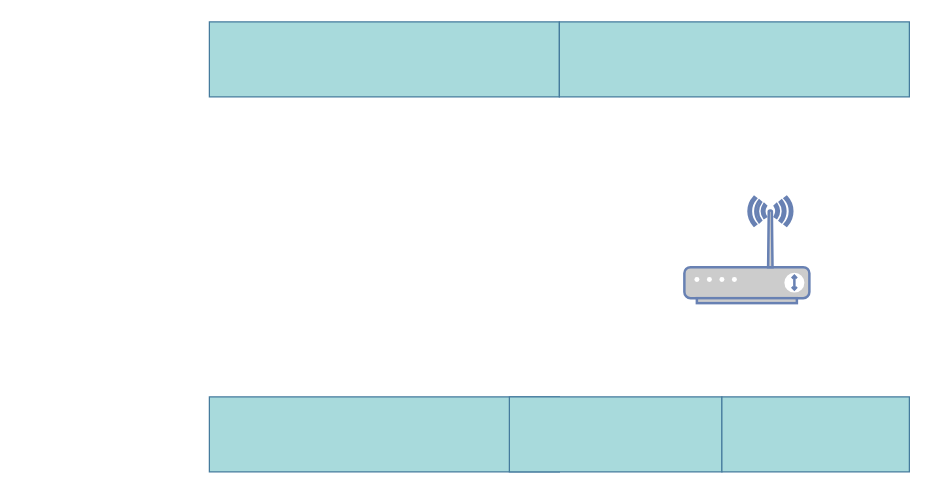
Above: Subnet 4 a home network.drawio in Seagram789/Diagrams (draw.io), before the change. Source tidied: cells renumbered, new cells numbered last; positions are measured from the earlier drawing's top-left corner, leaving out a move shared by most shapes. Both pictures are drawn from the tidied source at 125%, with x=0, y=0 at pixel (209, 21).
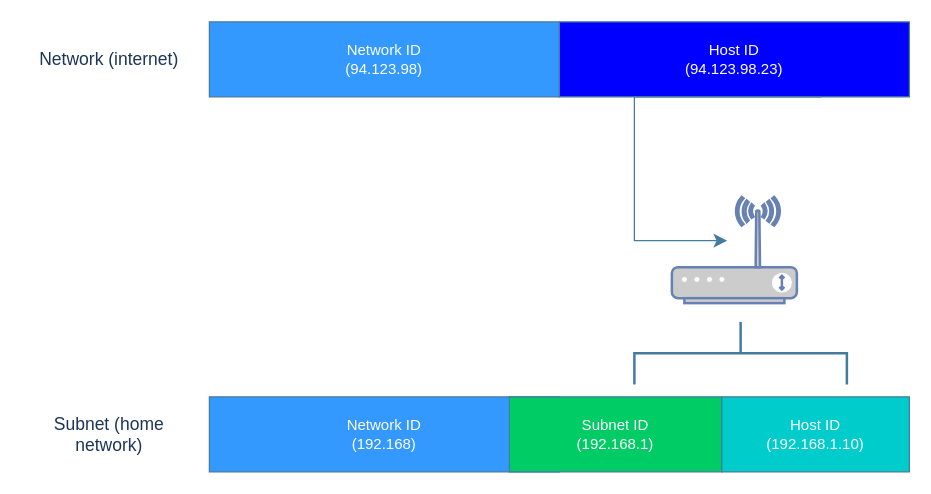
Above is the later version.

What changed in the source:
```diff
@@
 <mxGraphModel>
   <root>
     <mxCell id="0" />
     <mxCell id="1" parent="0" />
     <mxCell id="2" style="fontColor=#0066CC;verticalAlign=top;verticalLabelPosition=bottom;labelPosition=center;align=center;html=1;fillColor=#CCCCCC;strokeColor=#6881B3;gradientColor=none;gradientDirection=north;strokeWidth=2;shape=mxgraph.networks.wireless_modem;" parent="1" vertex="1">
-      <mxGeometry x="380" y="140" width="100" height="85" as="geometry" />
+      <mxGeometry x="370" y="140" width="100" height="85" as="geometry" />
     </mxCell>
-    <mxCell id="3" style="rounded=0;whiteSpace=wrap;html=1;strokeColor=#457B9D;fontColor=#1D3557;fillColor=#A8DADC;" parent="1" vertex="1">
+    <mxCell id="3" value="&lt;font color=&quot;#ffffff&quot;&gt;Network ID&lt;br&gt;(94.123.98)&lt;/font&gt;" style="rounded=0;whiteSpace=wrap;html=1;strokeColor=#457B9D;fontColor=#1D3557;fillColor=#3399FF;" parent="1" vertex="1">
       <mxGeometry width="280" height="60" as="geometry" />
     </mxCell>
-    <mxCell id="4" style="rounded=0;whiteSpace=wrap;html=1;strokeColor=#457B9D;fontColor=#1D3557;fillColor=#A8DADC;" parent="1" vertex="1">
+    <mxCell id="4" value="&lt;font color=&quot;#ffffff&quot;&gt;Host ID&lt;br&gt;(94.123.98.23)&lt;/font&gt;" style="rounded=0;whiteSpace=wrap;html=1;strokeColor=#457B9D;fontColor=#1D3557;fillColor=#0000FF;" parent="1" vertex="1">
       <mxGeometry x="280" width="280" height="60" as="geometry" />
     </mxCell>
-    <mxCell id="5" style="rounded=0;whiteSpace=wrap;html=1;strokeColor=#457B9D;fontColor=#1D3557;fillColor=#A8DADC;" parent="1" vertex="1">
+    <mxCell id="5" value="&lt;font color=&quot;#ffffff&quot;&gt;Network ID&lt;br&gt;(192.168)&lt;/font&gt;" style="rounded=0;whiteSpace=wrap;html=1;strokeColor=#457B9D;fontColor=#1D3557;fillColor=#3399FF;" parent="1" vertex="1">
       <mxGeometry y="300" width="280" height="60" as="geometry" />
     </mxCell>
-    <mxCell id="6" style="rounded=0;whiteSpace=wrap;html=1;strokeColor=#457B9D;fontColor=#1D3557;fillColor=#A8DADC;" parent="1" vertex="1">
+    <mxCell id="6" value="&lt;font color=&quot;#ffffff&quot;&gt;Subnet ID&lt;br style=&quot;border-color: var(--border-color);&quot;&gt;(192.168.1)&lt;/font&gt;" style="rounded=0;whiteSpace=wrap;html=1;strokeColor=#457B9D;fontColor=#1D3557;fillColor=#00CC66;" parent="1" vertex="1">
       <mxGeometry x="240" y="300" width="170" height="60" as="geometry" />
     </mxCell>
-    <mxCell id="7" style="rounded=0;whiteSpace=wrap;html=1;strokeColor=#457B9D;fontColor=#1D3557;fillColor=#A8DADC;" parent="1" vertex="1">
+    <mxCell id="7" value="&lt;font color=&quot;#ffffff&quot;&gt;Host ID&lt;br style=&quot;border-color: var(--border-color);&quot;&gt;(192.168.1.10)&lt;/font&gt;" style="rounded=0;whiteSpace=wrap;html=1;strokeColor=#457B9D;fontColor=#1D3557;fillColor=#00CCCC;" parent="1" vertex="1">
       <mxGeometry x="410" y="300" width="150" height="60" as="geometry" />
     </mxCell>
+    <mxCell id="8" style="strokeWidth=2;html=1;shape=mxgraph.flowchart.annotation_2;align=left;labelPosition=right;strokeColor=#457B9D;fontColor=#1D3557;fillColor=#A8DADC;direction=south;" parent="1" vertex="1">
+      <mxGeometry x="340" y="240" width="170" height="50" as="geometry" />
+    </mxCell>
+    <mxCell id="9" value="&lt;font style=&quot;font-size: 14px;&quot;&gt;Network (internet)&lt;/font&gt;" style="text;strokeColor=none;align=center;fillColor=none;html=1;verticalAlign=middle;whiteSpace=wrap;rounded=0;fontColor=#1D3557;" parent="1" vertex="1">
+      <mxGeometry x="-150" y="15" width="140" height="30" as="geometry" />
+    </mxCell>
+    <mxCell id="10" value="&lt;span style=&quot;font-size: 14px;&quot;&gt;Subnet (home network)&lt;/span&gt;" style="text;strokeColor=none;align=center;fillColor=none;html=1;verticalAlign=middle;whiteSpace=wrap;rounded=0;fontColor=#1D3557;" parent="1" vertex="1">
+      <mxGeometry x="-150" y="315" width="140" height="30" as="geometry" />
+    </mxCell>
+    <mxCell id="11" style="edgeStyle=elbowEdgeStyle;elbow=horizontal;endArrow=classic;html=1;curved=0;rounded=0;endSize=8;startSize=8;strokeColor=#457B9D;fontColor=#1D3557;fillColor=#A8DADC;exitX=0.75;exitY=1;exitDx=0;exitDy=0;entryX=-1.3;entryY=0.563;entryDx=0;entryDy=0;entryPerimeter=0;shadow=0;" parent="1" edge="1" source="4" target="8">
+      <mxGeometry relative="1" as="geometry">
+        <Array as="points">
+          <mxPoint x="340" y="100" />
+          <mxPoint x="340" y="80" />
+        </Array>
+      </mxGeometry>
+    </mxCell>
   </root>
 </mxGraphModel>
```
